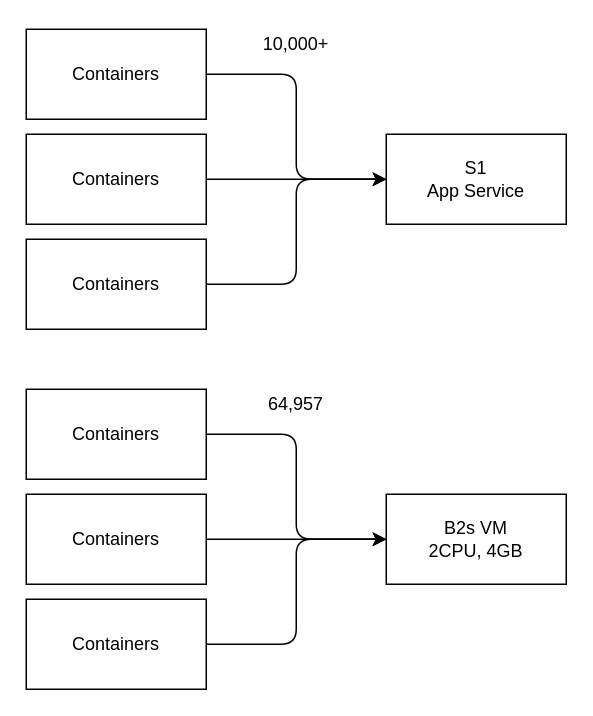
Above: signalr/loadtest/containers.drawio in staff0rd/slides (draw.io), before the change. Source tidied: cells renumbered, new cells numbered last; positions are measured from the earlier drawing's top-left corner, leaving out a move shared by most shapes. Both pictures are drawn from the tidied source at 150%, with x=0, y=0 at pixel (26, 28).
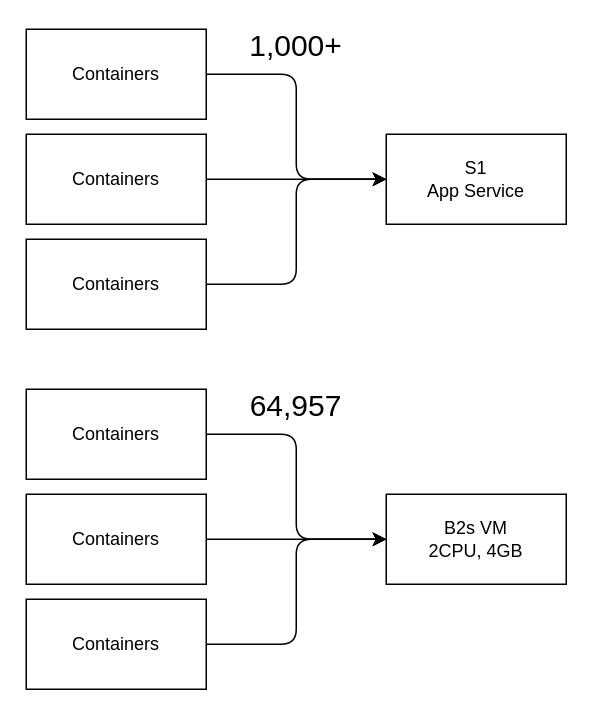
Above is the later version.

Diff of the diagram source:
```diff
@@
 <mxGraphModel>
   <root>
     <mxCell id="0" />
     <mxCell id="1" parent="0" />
     <mxCell id="2" value="S1&lt;br&gt;App Service&lt;br&gt;" style="rounded=0;whiteSpace=wrap;html=1;" parent="1" vertex="1">
       <mxGeometry x="240" y="70" width="120" height="60" as="geometry" />
     </mxCell>
     <mxCell id="3" style="endArrow=classic;html=1;edgeStyle=orthogonalEdgeStyle;" parent="1" edge="1" source="6" target="2">
       <mxGeometry relative="1" as="geometry" />
     </mxCell>
-    <mxCell id="4" value="10,000+" style="text;html=1;strokeColor=none;fillColor=none;align=center;verticalAlign=middle;whiteSpace=wrap;rounded=0;" parent="1" vertex="1">
+    <mxCell id="4" value="1,000+" style="text;html=1;strokeColor=none;fillColor=none;align=center;verticalAlign=middle;whiteSpace=wrap;rounded=0;fontSize=20;" parent="1" vertex="1">
       <mxGeometry x="160" width="40" height="20" as="geometry" />
     </mxCell>
     <mxCell id="5" value="Containers&lt;br&gt;" style="rounded=0;whiteSpace=wrap;html=1;" parent="1" vertex="1">
       <mxGeometry width="120" height="60" as="geometry" />
     </mxCell>
     <mxCell id="6" value="Containers&lt;br&gt;" style="rounded=0;whiteSpace=wrap;html=1;" parent="1" vertex="1">
       <mxGeometry y="70" width="120" height="60" as="geometry" />
     </mxCell>
     <mxCell id="7" value="Containers&lt;br&gt;" style="rounded=0;whiteSpace=wrap;html=1;" parent="1" vertex="1">
       <mxGeometry y="140" width="120" height="60" as="geometry" />
     </mxCell>
     <mxCell id="8" style="endArrow=classic;html=1;edgeStyle=orthogonalEdgeStyle;entryX=0;entryY=0.5;entryDx=0;entryDy=0;" parent="1" edge="1" source="5" target="2">
       <mxGeometry relative="1" as="geometry" />
     </mxCell>
     <mxCell id="9" style="endArrow=classic;html=1;edgeStyle=orthogonalEdgeStyle;entryX=0;entryY=0.5;entryDx=0;entryDy=0;" parent="1" edge="1" source="7" target="2">
       <mxGeometry relative="1" as="geometry" />
     </mxCell>
     <mxCell id="10" value="B2s VM&lt;br&gt;2CPU, 4GB&lt;br&gt;" style="rounded=0;whiteSpace=wrap;html=1;" parent="1" vertex="1">
       <mxGeometry x="240" y="310" width="120" height="60" as="geometry" />
     </mxCell>
     <mxCell id="11" style="endArrow=classic;html=1;edgeStyle=orthogonalEdgeStyle;" parent="1" edge="1" source="14" target="10">
       <mxGeometry relative="1" as="geometry" />
     </mxCell>
-    <mxCell id="12" value="64,957" style="text;html=1;strokeColor=none;fillColor=none;align=center;verticalAlign=middle;whiteSpace=wrap;rounded=0;" parent="1" vertex="1">
+    <mxCell id="12" value="64,957" style="text;html=1;strokeColor=none;fillColor=none;align=center;verticalAlign=middle;whiteSpace=wrap;rounded=0;fontSize=20;" parent="1" vertex="1">
       <mxGeometry x="160" y="240" width="40" height="20" as="geometry" />
     </mxCell>
     <mxCell id="13" value="Containers&lt;br&gt;" style="rounded=0;whiteSpace=wrap;html=1;" parent="1" vertex="1">
       <mxGeometry y="240" width="120" height="60" as="geometry" />
     </mxCell>
     <mxCell id="14" value="Containers&lt;br&gt;" style="rounded=0;whiteSpace=wrap;html=1;" parent="1" vertex="1">
       <mxGeometry y="310" width="120" height="60" as="geometry" />
     </mxCell>
     <mxCell id="15" value="Containers&lt;br&gt;" style="rounded=0;whiteSpace=wrap;html=1;" parent="1" vertex="1">
       <mxGeometry y="380" width="120" height="60" as="geometry" />
     </mxCell>
     <mxCell id="16" style="endArrow=classic;html=1;edgeStyle=orthogonalEdgeStyle;entryX=0;entryY=0.5;entryDx=0;entryDy=0;" parent="1" edge="1" source="13" target="10">
       <mxGeometry relative="1" as="geometry" />
     </mxCell>
     <mxCell id="17" style="endArrow=classic;html=1;edgeStyle=orthogonalEdgeStyle;entryX=0;entryY=0.5;entryDx=0;entryDy=0;" parent="1" edge="1" source="15" target="10">
       <mxGeometry relative="1" as="geometry" />
     </mxCell>
   </root>
 </mxGraphModel>
```
